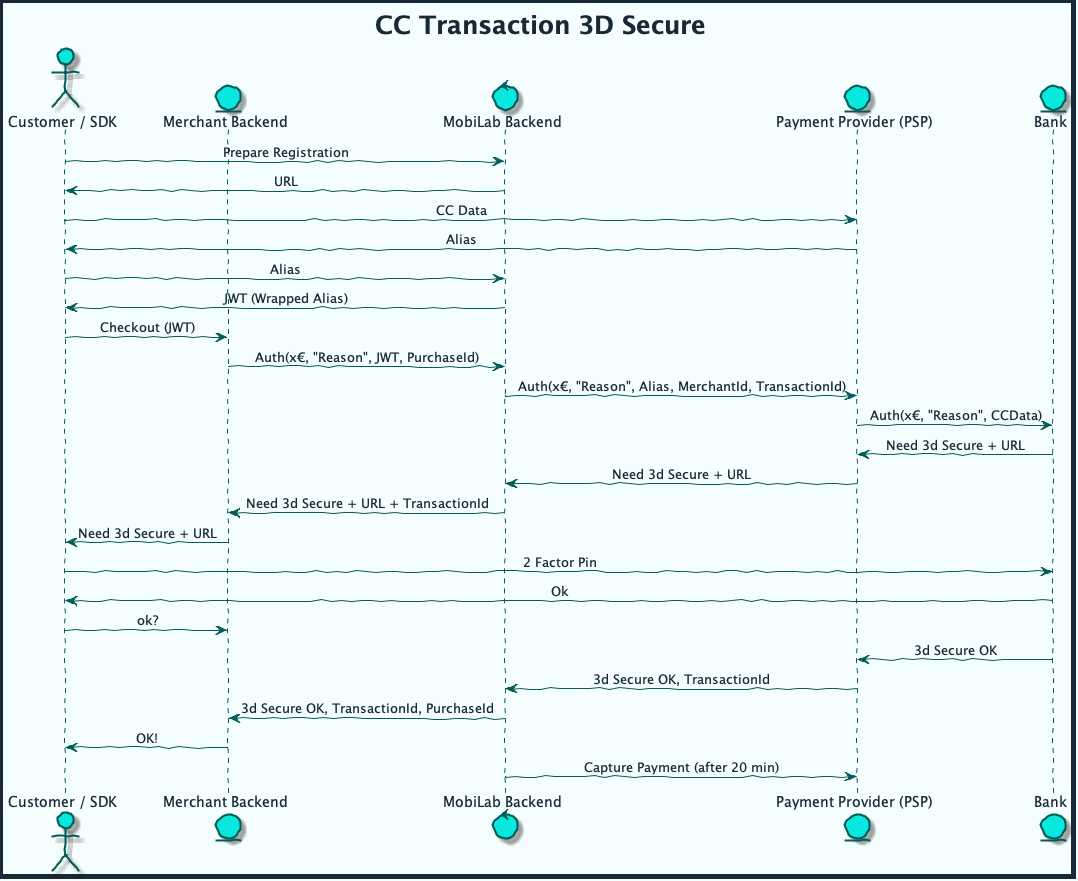
mobilabsolutions/stash-sdk-wiki keeps this PlantUML diagram as diagrams/out/cc_transaction_3d.png. Above is the earlier version.
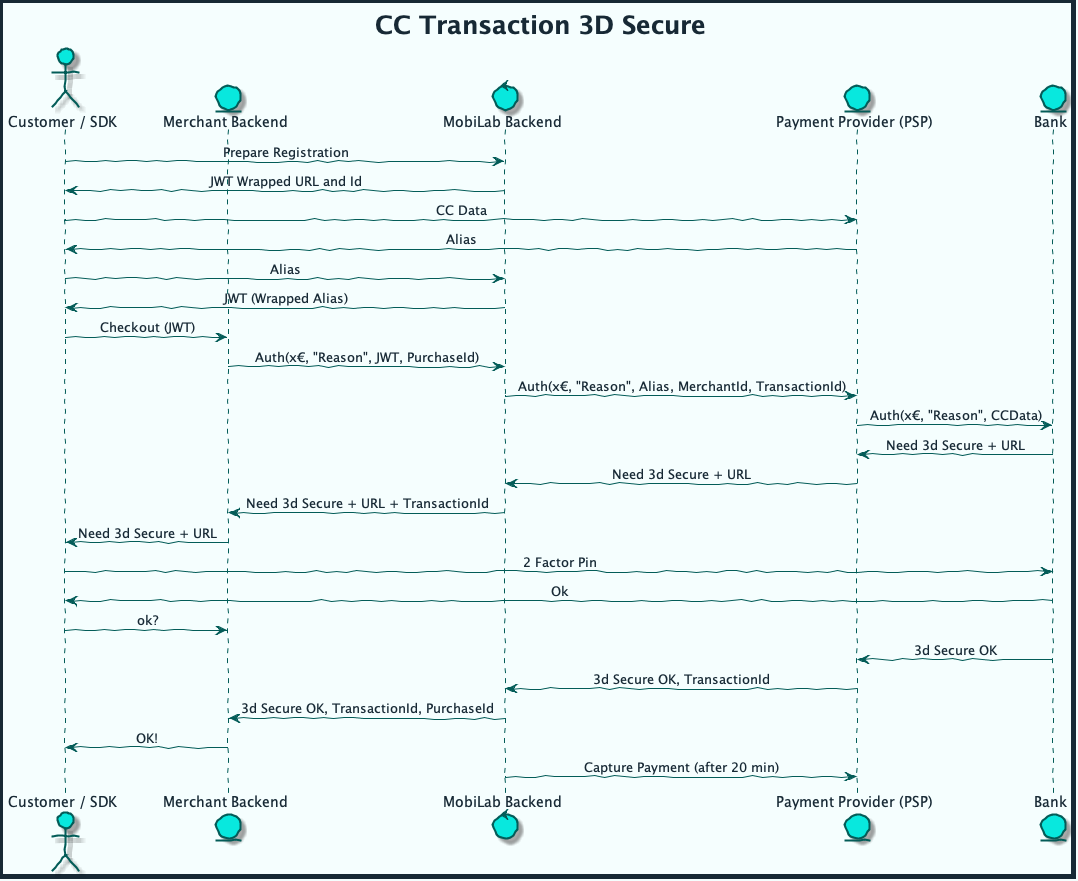
The same file after the commit.

What changed in the source:
```diff
@@ -54,7 +54,7 @@
 entity "Bank"
 
 User -> MBE: Prepare Registration
-MBE -> User: URL
+MBE -> User: JWT Wrapped URL and Id
 
 User -> PSP: CC Data
 PSP -> User: Alias
```
